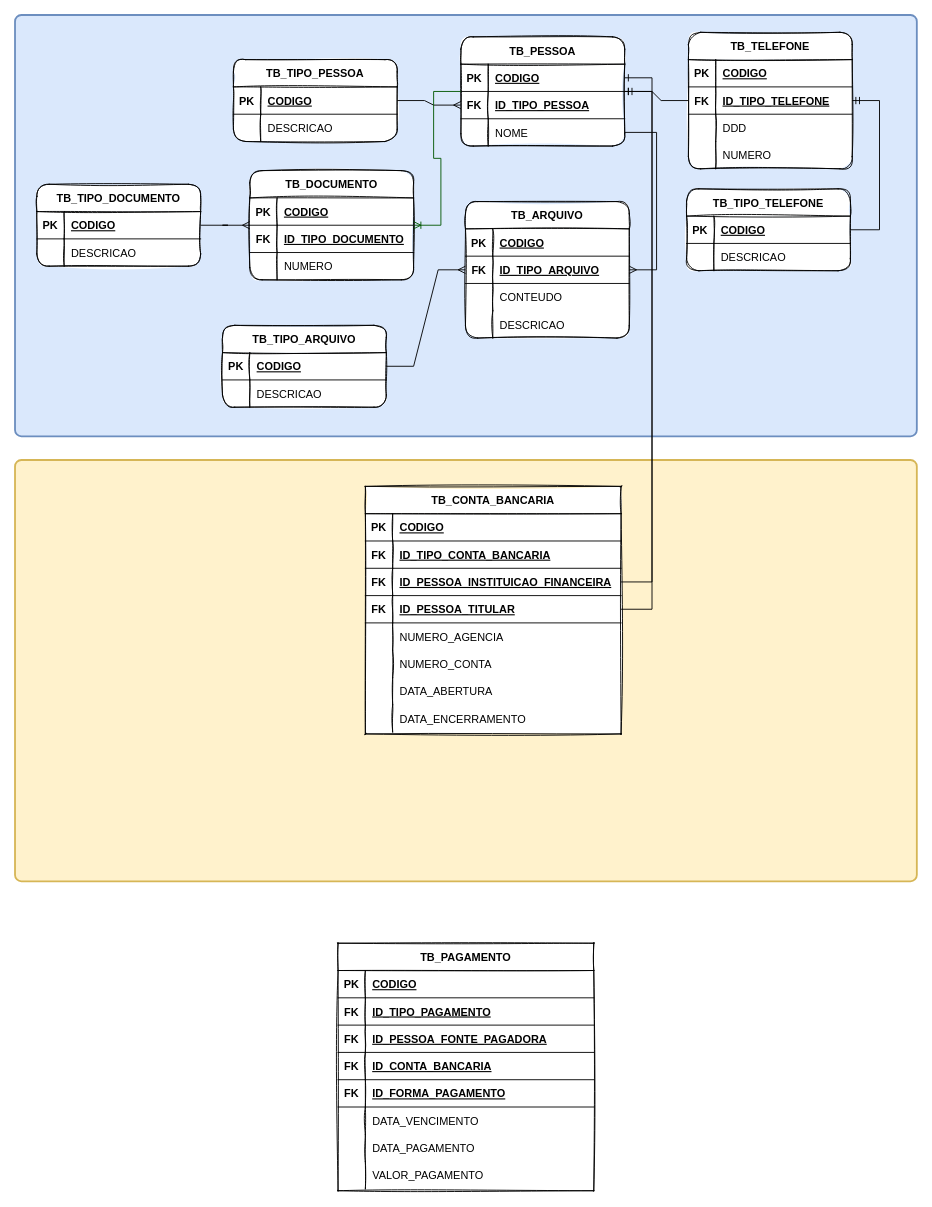
Before: src/main/resources/sistemafinanceiroapi_mer.drawio in quintinodigital/sistemafinanceiroapi, a draw.io diagram. Source tidied: cells renumbered, new cells numbered last; positions are measured from the earlier drawing's top-left corner, leaving out a move shared by most shapes. Both pictures are drawn from the tidied source at 91%, with x=0, y=0 at pixel (15, 15).
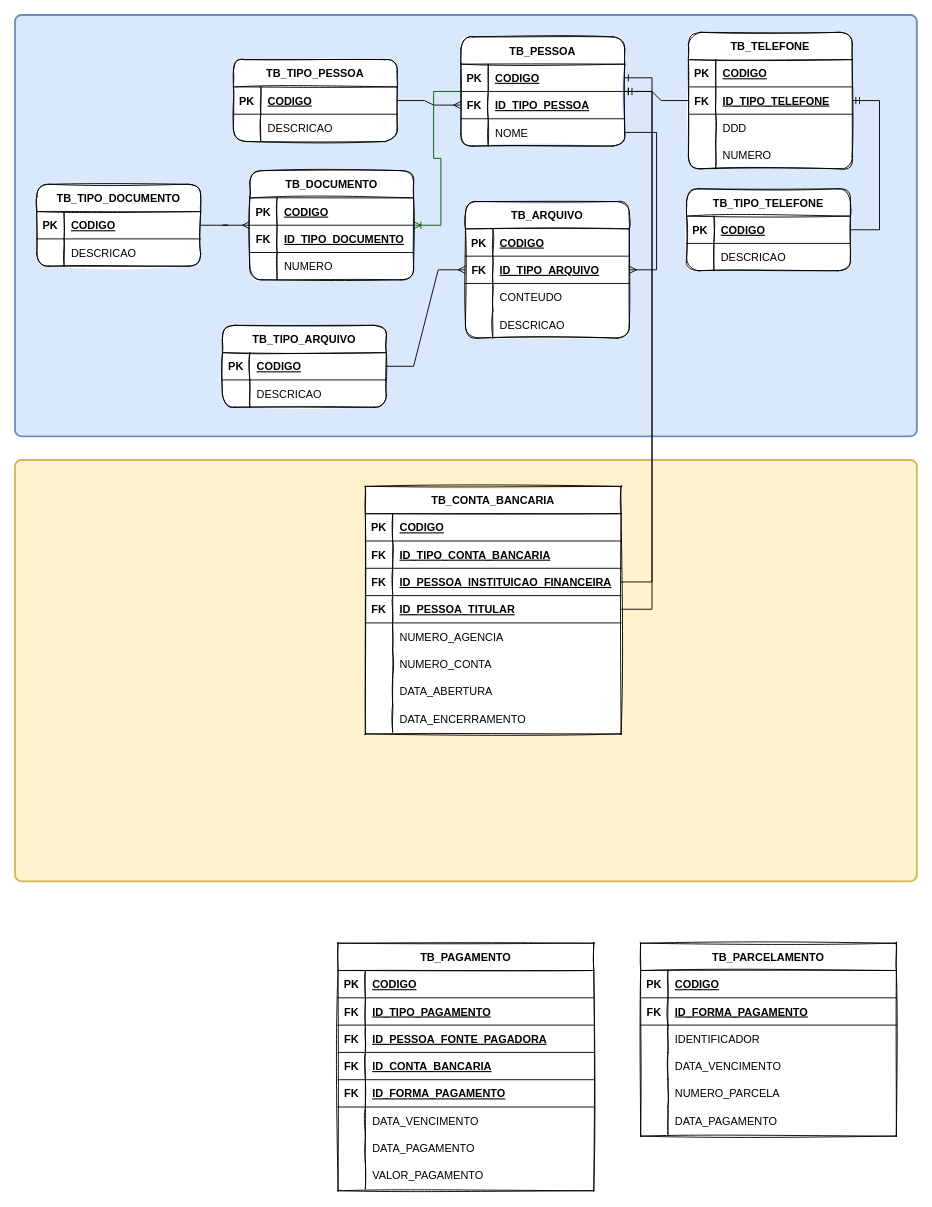
The same page after the edit.

What changed in the source:
```diff
@@
+    <mxCell id="137" value="TB_PARCELAMENTO" style="shape=table;startSize=30;childLayout=tableLayout;rowLines=0;fontStyle=1;align=center;gradientColor=none;swimlaneFillColor=default;rounded=1;shadow=0;sketch=1;arcSize=0;" parent="1" vertex="1">
+      <mxGeometry x="687.5" y="1020" width="281" height="212" as="geometry" />
+    </mxCell>
+    <mxCell id="138" style="shape=tableRow;horizontal=0;startSize=0;swimlaneHead=0;swimlaneBody=0;fillColor=none;top=0;left=0;right=0;bottom=1;" parent="137" vertex="1">
+      <mxGeometry y="30" width="281" height="30" as="geometry" />
+    </mxCell>
+    <mxCell id="139" value="PK" style="shape=partialRectangle;fillColor=none;top=0;left=0;bottom=0;right=0;fontStyle=1;overflow=hidden;" parent="138" vertex="1">
+      <mxGeometry width="30" height="30" as="geometry" />
+    </mxCell>
+    <mxCell id="140" value="CODIGO" style="shape=partialRectangle;fillColor=none;top=0;left=0;bottom=0;right=0;align=left;spacingLeft=6;fontStyle=5;overflow=hidden;" parent="138" vertex="1">
+      <mxGeometry x="30" width="251" height="30" as="geometry" />
+    </mxCell>
+    <mxCell id="141" style="shape=tableRow;horizontal=0;startSize=0;swimlaneHead=0;swimlaneBody=0;fillColor=none;top=0;left=0;right=0;bottom=1;" parent="137" vertex="1">
+      <mxGeometry y="60" width="281" height="30" as="geometry" />
+    </mxCell>
+    <mxCell id="142" value="FK" style="shape=partialRectangle;fillColor=none;top=0;left=0;bottom=0;right=0;fontStyle=1;overflow=hidden;" parent="141" vertex="1">
+      <mxGeometry width="30" height="30" as="geometry" />
+    </mxCell>
+    <mxCell id="143" value="ID_FORMA_PAGAMENTO" style="shape=partialRectangle;fillColor=none;top=0;left=0;bottom=0;right=0;align=left;spacingLeft=6;fontStyle=5;overflow=hidden;" parent="141" vertex="1">
+      <mxGeometry x="30" width="251" height="30" as="geometry" />
+    </mxCell>
+    <mxCell id="144" style="shape=tableRow;horizontal=0;startSize=0;swimlaneHead=0;swimlaneBody=0;fillColor=none;top=0;left=0;right=0;bottom=0;" parent="137" vertex="1">
+      <mxGeometry y="90" width="281" height="30" as="geometry" />
+    </mxCell>
+    <mxCell id="145" style="shape=partialRectangle;fillColor=none;top=0;left=0;bottom=0;right=0;overflow=hidden;" parent="144" vertex="1">
+      <mxGeometry width="30" height="30" as="geometry" />
+    </mxCell>
+    <mxCell id="146" value="IDENTIFICADOR" style="shape=partialRectangle;fillColor=none;top=0;left=0;bottom=0;right=0;align=left;spacingLeft=6;overflow=hidden;" parent="144" vertex="1">
+      <mxGeometry x="30" width="251" height="30" as="geometry" />
+    </mxCell>
+    <mxCell id="147" style="shape=tableRow;horizontal=0;startSize=0;swimlaneHead=0;swimlaneBody=0;fillColor=none;top=0;left=0;right=0;bottom=0;" parent="137" vertex="1">
+      <mxGeometry y="120" width="281" height="30" as="geometry" />
+    </mxCell>
+    <mxCell id="148" style="shape=partialRectangle;fillColor=none;top=0;left=0;bottom=0;right=0;overflow=hidden;" parent="147" vertex="1">
+      <mxGeometry width="30" height="30" as="geometry" />
+    </mxCell>
+    <mxCell id="149" value="DATA_VENCIMENTO" style="shape=partialRectangle;fillColor=none;top=0;left=0;bottom=0;right=0;align=left;spacingLeft=6;overflow=hidden;" parent="147" vertex="1">
+      <mxGeometry x="30" width="251" height="30" as="geometry" />
+    </mxCell>
+    <mxCell id="150" style="shape=tableRow;horizontal=0;startSize=0;swimlaneHead=0;swimlaneBody=0;fillColor=none;top=0;left=0;right=0;bottom=0;" parent="137" vertex="1">
+      <mxGeometry y="150" width="281" height="30" as="geometry" />
+    </mxCell>
+    <mxCell id="151" style="shape=partialRectangle;fillColor=none;top=0;left=0;bottom=0;right=0;overflow=hidden;" parent="150" vertex="1">
+      <mxGeometry width="30" height="30" as="geometry" />
+    </mxCell>
+    <mxCell id="152" value="NUMERO_PARCELA" style="shape=partialRectangle;fillColor=none;top=0;left=0;bottom=0;right=0;align=left;spacingLeft=6;overflow=hidden;" parent="150" vertex="1">
+      <mxGeometry x="30" width="251" height="30" as="geometry" />
+    </mxCell>
+    <mxCell id="153" style="shape=tableRow;horizontal=0;startSize=0;swimlaneHead=0;swimlaneBody=0;fillColor=none;top=0;left=0;right=0;bottom=0;" parent="137" vertex="1">
+      <mxGeometry y="180" width="281" height="30" as="geometry" />
+    </mxCell>
+    <mxCell id="154" style="shape=partialRectangle;fillColor=none;top=0;left=0;bottom=0;right=0;overflow=hidden;" parent="153" vertex="1">
+      <mxGeometry width="30" height="30" as="geometry" />
+    </mxCell>
+    <mxCell id="155" value="DATA_PAGAMENTO" style="shape=partialRectangle;fillColor=none;top=0;left=0;bottom=0;right=0;align=left;spacingLeft=6;overflow=hidden;" parent="153" vertex="1">
+      <mxGeometry x="30" width="251" height="30" as="geometry" />
+    </mxCell>
```
